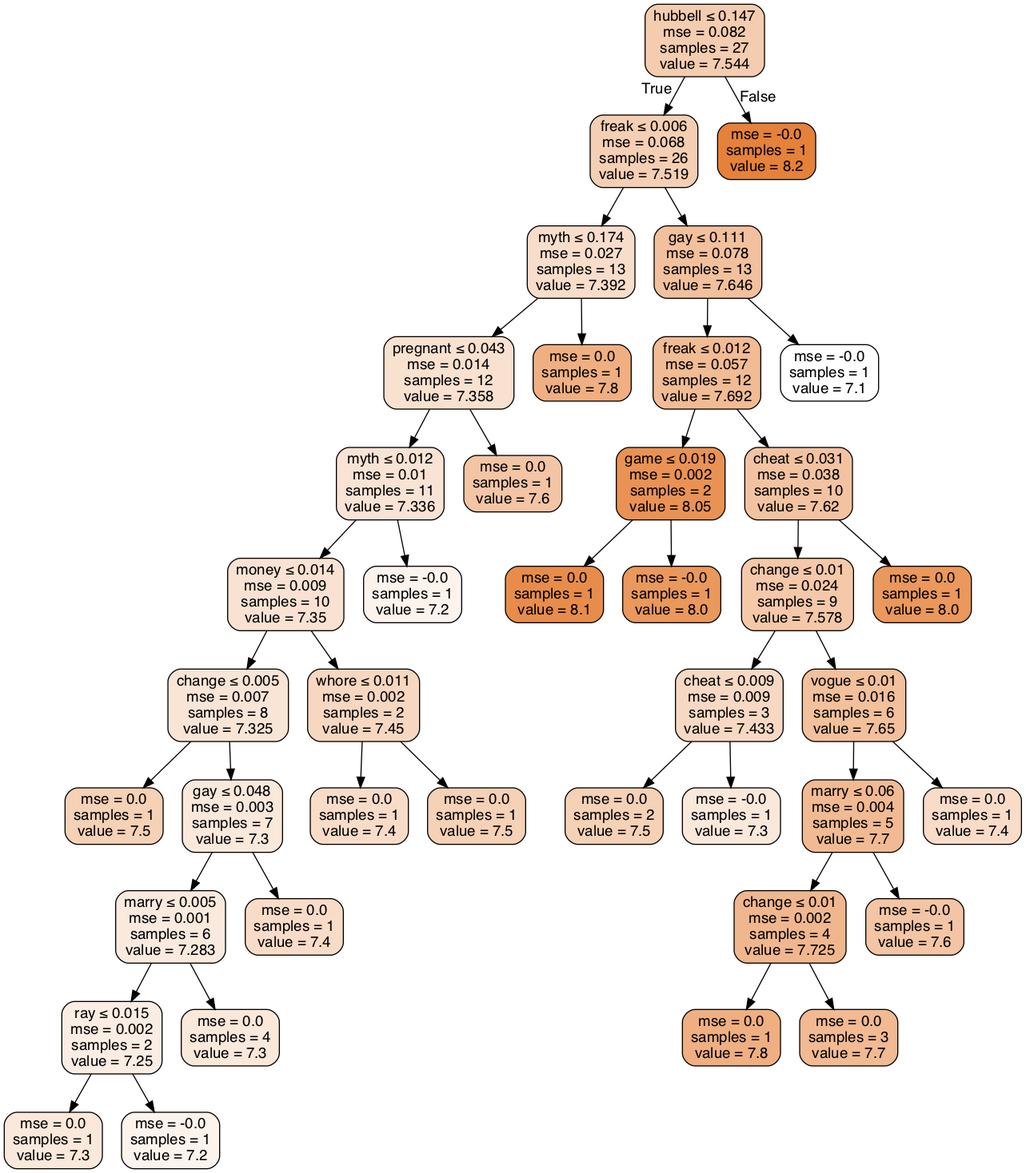
ranilovi/SATC_rating_prediction keeps this Graphviz diagram as Source.gv.png. Above is the earlier version. Its source is kept beside it as Source.gv.
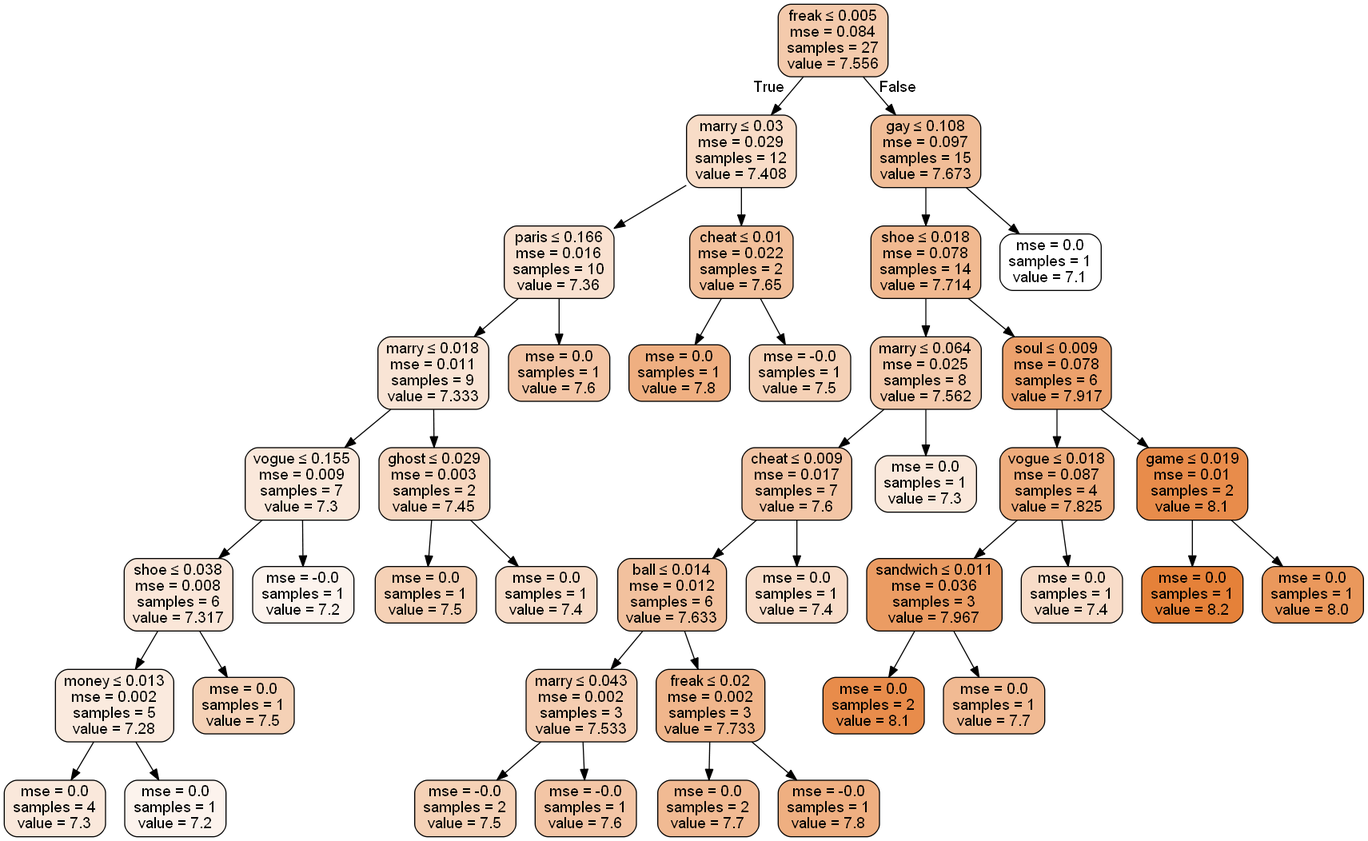
Above is the later version.

Diff of the diagram source:
```diff
@@ -1,85 +1,85 @@
 digraph Tree {
 node [shape=box, style="filled, rounded", color="black", fontname=helvetica] ;
 edge [fontname=helvetica] ;
-0 [label=<hubbell &le; 0.147<br/>mse = 0.082<br/>samples = 27<br/>value = 7.544>, fillcolor="#e5813967"] ;
-1 [label=<freak &le; 0.006<br/>mse = 0.068<br/>samples = 26<br/>value = 7.519>, fillcolor="#e5813961"] ;
+0 [label=<freak &le; 0.005<br/>mse = 0.084<br/>samples = 27<br/>value = 7.556>, fillcolor="#e581396a"] ;
+1 [label=<marry &le; 0.03<br/>mse = 0.029<br/>samples = 12<br/>value = 7.408>, fillcolor="#e5813947"] ;
 0 -> 1 [labeldistance=2.5, labelangle=45, headlabel="True"] ;
-2 [label=<myth &le; 0.174<br/>mse = 0.027<br/>samples = 13<br/>value = 7.392>, fillcolor="#e5813944"] ;
+2 [label=<paris &le; 0.166<br/>mse = 0.016<br/>samples = 10<br/>value = 7.36>, fillcolor="#e581393c"] ;
 1 -> 2 ;
-3 [label=<pregnant &le; 0.043<br/>mse = 0.014<br/>samples = 12<br/>value = 7.358>, fillcolor="#e581393c"] ;
+3 [label=<marry &le; 0.018<br/>mse = 0.011<br/>samples = 9<br/>value = 7.333>, fillcolor="#e5813936"] ;
 2 -> 3 ;
-4 [label=<myth &le; 0.012<br/>mse = 0.01<br/>samples = 11<br/>value = 7.336>, fillcolor="#e5813937"] ;
+4 [label=<vogue &le; 0.155<br/>mse = 0.009<br/>samples = 7<br/>value = 7.3>, fillcolor="#e581392e"] ;
 3 -> 4 ;
-5 [label=<money &le; 0.014<br/>mse = 0.009<br/>samples = 10<br/>value = 7.35>, fillcolor="#e581393a"] ;
+5 [label=<shoe &le; 0.038<br/>mse = 0.008<br/>samples = 6<br/>value = 7.317>, fillcolor="#e5813932"] ;
 4 -> 5 ;
-6 [label=<change &le; 0.005<br/>mse = 0.007<br/>samples = 8<br/>value = 7.325>, fillcolor="#e5813934"] ;
+6 [label=<money &le; 0.013<br/>mse = 0.002<br/>samples = 5<br/>value = 7.28>, fillcolor="#e581392a"] ;
 5 -> 6 ;
-7 [label=<mse = 0.0<br/>samples = 1<br/>value = 7.5>, fillcolor="#e581395d"] ;
+7 [label=<mse = 0.0<br/>samples = 4<br/>value = 7.3>, fillcolor="#e581392e"] ;
 6 -> 7 ;
-8 [label=<gay &le; 0.048<br/>mse = 0.003<br/>samples = 7<br/>value = 7.3>, fillcolor="#e581392e"] ;
+8 [label=<mse = 0.0<br/>samples = 1<br/>value = 7.2>, fillcolor="#e5813917"] ;
 6 -> 8 ;
-9 [label=<marry &le; 0.005<br/>mse = 0.001<br/>samples = 6<br/>value = 7.283>, fillcolor="#e581392a"] ;
-8 -> 9 ;
-10 [label=<ray &le; 0.015<br/>mse = 0.002<br/>samples = 2<br/>value = 7.25>, fillcolor="#e5813923"] ;
-9 -> 10 ;
-11 [label=<mse = 0.0<br/>samples = 1<br/>value = 7.3>, fillcolor="#e581392e"] ;
-10 -> 11 ;
-12 [label=<mse = -0.0<br/>samples = 1<br/>value = 7.2>, fillcolor="#e5813917"] ;
-10 -> 12 ;
-13 [label=<mse = 0.0<br/>samples = 4<br/>value = 7.3>, fillcolor="#e581392e"] ;
-9 -> 13 ;
-14 [label=<mse = 0.0<br/>samples = 1<br/>value = 7.4>, fillcolor="#e5813946"] ;
-8 -> 14 ;
-15 [label=<whore &le; 0.011<br/>mse = 0.002<br/>samples = 2<br/>value = 7.45>, fillcolor="#e5813951"] ;
-5 -> 15 ;
-16 [label=<mse = 0.0<br/>samples = 1<br/>value = 7.4>, fillcolor="#e5813946"] ;
+9 [label=<mse = 0.0<br/>samples = 1<br/>value = 7.5>, fillcolor="#e581395d"] ;
+5 -> 9 ;
+10 [label=<mse = -0.0<br/>samples = 1<br/>value = 7.2>, fillcolor="#e5813917"] ;
+4 -> 10 ;
+11 [label=<ghost &le; 0.029<br/>mse = 0.003<br/>samples = 2<br/>value = 7.45>, fillcolor="#e5813951"] ;
+3 -> 11 ;
+12 [label=<mse = 0.0<br/>samples = 1<br/>value = 7.5>, fillcolor="#e581395d"] ;
+11 -> 12 ;
+13 [label=<mse = 0.0<br/>samples = 1<br/>value = 7.4>, fillcolor="#e5813946"] ;
+11 -> 13 ;
+14 [label=<mse = 0.0<br/>samples = 1<br/>value = 7.6>, fillcolor="#e5813974"] ;
+2 -> 14 ;
+15 [label=<cheat &le; 0.01<br/>mse = 0.022<br/>samples = 2<br/>value = 7.65>, fillcolor="#e5813980"] ;
+1 -> 15 ;
+16 [label=<mse = 0.0<br/>samples = 1<br/>value = 7.8>, fillcolor="#e58139a2"] ;
 15 -> 16 ;
-17 [label=<mse = 0.0<br/>samples = 1<br/>value = 7.5>, fillcolor="#e581395d"] ;
+17 [label=<mse = -0.0<br/>samples = 1<br/>value = 7.5>, fillcolor="#e581395d"] ;
 15 -> 17 ;
-18 [label=<mse = -0.0<br/>samples = 1<br/>value = 7.2>, fillcolor="#e5813917"] ;
-4 -> 18 ;
-19 [label=<mse = 0.0<br/>samples = 1<br/>value = 7.6>, fillcolor="#e5813974"] ;
-3 -> 19 ;
-20 [label=<mse = 0.0<br/>samples = 1<br/>value = 7.8>, fillcolor="#e58139a2"] ;
-2 -> 20 ;
-21 [label=<gay &le; 0.111<br/>mse = 0.078<br/>samples = 13<br/>value = 7.646>, fillcolor="#e581397f"] ;
-1 -> 21 ;
-22 [label=<freak &le; 0.012<br/>mse = 0.057<br/>samples = 12<br/>value = 7.692>, fillcolor="#e5813989"] ;
+18 [label=<gay &le; 0.108<br/>mse = 0.097<br/>samples = 15<br/>value = 7.673>, fillcolor="#e5813985"] ;
+0 -> 18 [labeldistance=2.5, labelangle=-45, headlabel="False"] ;
+19 [label=<shoe &le; 0.018<br/>mse = 0.078<br/>samples = 14<br/>value = 7.714>, fillcolor="#e581398e"] ;
+18 -> 19 ;
+20 [label=<marry &le; 0.064<br/>mse = 0.025<br/>samples = 8<br/>value = 7.562>, fillcolor="#e581396b"] ;
+19 -> 20 ;
+21 [label=<cheat &le; 0.009<br/>mse = 0.017<br/>samples = 7<br/>value = 7.6>, fillcolor="#e5813974"] ;
+20 -> 21 ;
+22 [label=<ball &le; 0.014<br/>mse = 0.012<br/>samples = 6<br/>value = 7.633>, fillcolor="#e581397c"] ;
 21 -> 22 ;
-23 [label=<game &le; 0.019<br/>mse = 0.002<br/>samples = 2<br/>value = 8.05>, fillcolor="#e58139dc"] ;
+23 [label=<marry &le; 0.043<br/>mse = 0.002<br/>samples = 3<br/>value = 7.533>, fillcolor="#e5813964"] ;
 22 -> 23 ;
-24 [label=<mse = 0.0<br/>samples = 1<br/>value = 8.1>, fillcolor="#e58139e8"] ;
+24 [label=<mse = -0.0<br/>samples = 2<br/>value = 7.5>, fillcolor="#e581395d"] ;
 23 -> 24 ;
-25 [label=<mse = -0.0<br/>samples = 1<br/>value = 8.0>, fillcolor="#e58139d1"] ;
+25 [label=<mse = -0.0<br/>samples = 1<br/>value = 7.6>, fillcolor="#e5813974"] ;
 23 -> 25 ;
-26 [label=<cheat &le; 0.031<br/>mse = 0.038<br/>samples = 10<br/>value = 7.62>, fillcolor="#e5813979"] ;
+26 [label=<freak &le; 0.02<br/>mse = 0.002<br/>samples = 3<br/>value = 7.733>, fillcolor="#e5813993"] ;
 22 -> 26 ;
-27 [label=<change &le; 0.01<br/>mse = 0.024<br/>samples = 9<br/>value = 7.578>, fillcolor="#e581396f"] ;
+27 [label=<mse = 0.0<br/>samples = 2<br/>value = 7.7>, fillcolor="#e581398b"] ;
 26 -> 27 ;
-28 [label=<cheat &le; 0.009<br/>mse = 0.009<br/>samples = 3<br/>value = 7.433>, fillcolor="#e581394d"] ;
-27 -> 28 ;
-29 [label=<mse = 0.0<br/>samples = 2<br/>value = 7.5>, fillcolor="#e581395d"] ;
-28 -> 29 ;
-30 [label=<mse = -0.0<br/>samples = 1<br/>value = 7.3>, fillcolor="#e581392e"] ;
-28 -> 30 ;
-31 [label=<vogue &le; 0.01<br/>mse = 0.016<br/>samples = 6<br/>value = 7.65>, fillcolor="#e5813980"] ;
-27 -> 31 ;
-32 [label=<marry &le; 0.06<br/>mse = 0.004<br/>samples = 5<br/>value = 7.7>, fillcolor="#e581398b"] ;
+28 [label=<mse = -0.0<br/>samples = 1<br/>value = 7.8>, fillcolor="#e58139a2"] ;
+26 -> 28 ;
+29 [label=<mse = 0.0<br/>samples = 1<br/>value = 7.4>, fillcolor="#e5813946"] ;
+21 -> 29 ;
+30 [label=<mse = 0.0<br/>samples = 1<br/>value = 7.3>, fillcolor="#e581392e"] ;
+20 -> 30 ;
+31 [label=<soul &le; 0.009<br/>mse = 0.078<br/>samples = 6<br/>value = 7.917>, fillcolor="#e58139bd"] ;
+19 -> 31 ;
+32 [label=<vogue &le; 0.018<br/>mse = 0.087<br/>samples = 4<br/>value = 7.825>, fillcolor="#e58139a8"] ;
 31 -> 32 ;
-33 [label=<change &le; 0.01<br/>mse = 0.002<br/>samples = 4<br/>value = 7.725>, fillcolor="#e5813991"] ;
+33 [label=<sandwich &le; 0.011<br/>mse = 0.036<br/>samples = 3<br/>value = 7.967>, fillcolor="#e58139c9"] ;
 32 -> 33 ;
-34 [label=<mse = 0.0<br/>samples = 1<br/>value = 7.8>, fillcolor="#e58139a2"] ;
+34 [label=<mse = 0.0<br/>samples = 2<br/>value = 8.1>, fillcolor="#e58139e8"] ;
 33 -> 34 ;
-35 [label=<mse = 0.0<br/>samples = 3<br/>value = 7.7>, fillcolor="#e581398b"] ;
+35 [label=<mse = 0.0<br/>samples = 1<br/>value = 7.7>, fillcolor="#e581398b"] ;
 33 -> 35 ;
-36 [label=<mse = -0.0<br/>samples = 1<br/>value = 7.6>, fillcolor="#e5813974"] ;
+36 [label=<mse = 0.0<br/>samples = 1<br/>value = 7.4>, fillcolor="#e5813946"] ;
 32 -> 36 ;
-37 [label=<mse = 0.0<br/>samples = 1<br/>value = 7.4>, fillcolor="#e5813946"] ;
+37 [label=<game &le; 0.019<br/>mse = 0.01<br/>samples = 2<br/>value = 8.1>, fillcolor="#e58139e8"] ;
 31 -> 37 ;
-38 [label=<mse = 0.0<br/>samples = 1<br/>value = 8.0>, fillcolor="#e58139d1"] ;
-26 -> 38 ;
-39 [label=<mse = -0.0<br/>samples = 1<br/>value = 7.1>, fillcolor="#e5813900"] ;
-21 -> 39 ;
-40 [label=<mse = -0.0<br/>samples = 1<br/>value = 8.2>, fillcolor="#e58139ff"] ;
-0 -> 40 [labeldistance=2.5, labelangle=-45, headlabel="False"] ;
+38 [label=<mse = 0.0<br/>samples = 1<br/>value = 8.2>, fillcolor="#e58139ff"] ;
+37 -> 38 ;
+39 [label=<mse = 0.0<br/>samples = 1<br/>value = 8.0>, fillcolor="#e58139d1"] ;
+37 -> 39 ;
+40 [label=<mse = 0.0<br/>samples = 1<br/>value = 7.1>, fillcolor="#e5813900"] ;
+18 -> 40 ;
 }
```
